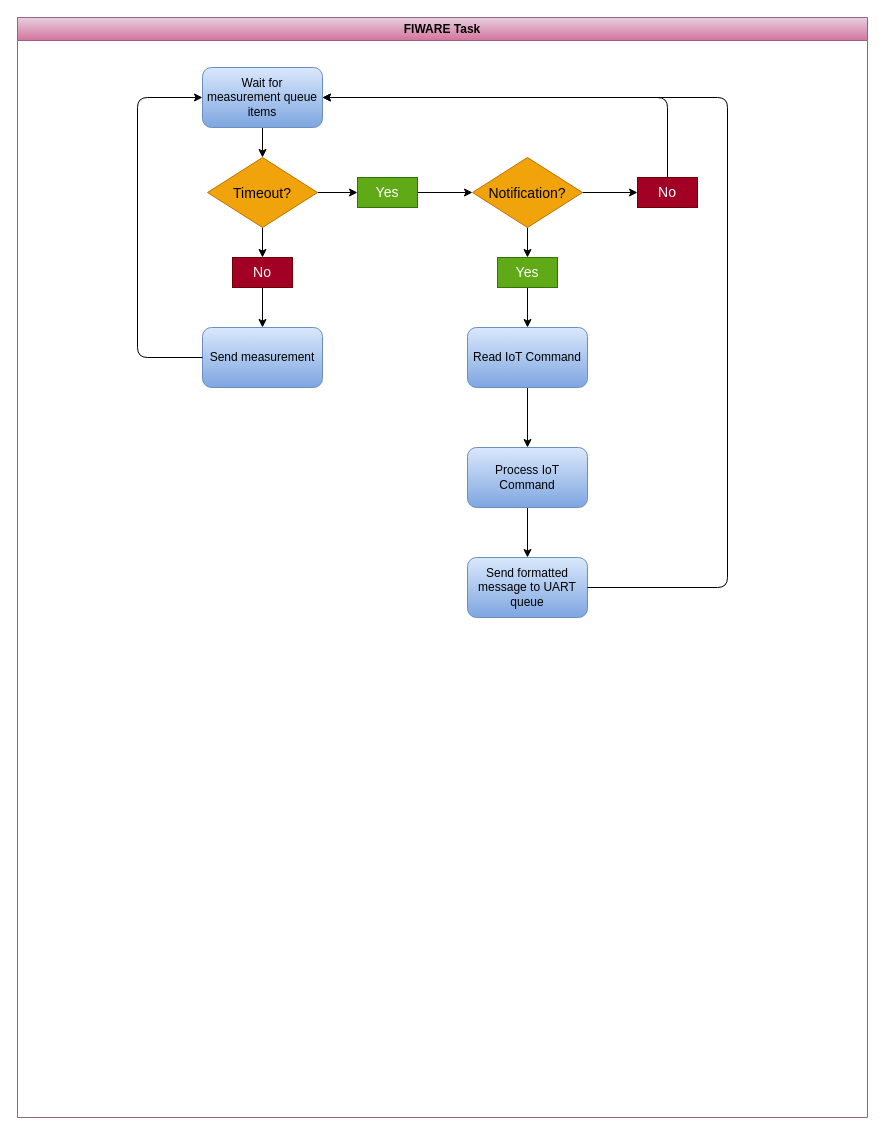
The draw.io diagram page "FIWARE Task" (4 of 7) of docs.drawio in lasram-engineering/eci, before the edit. Source tidied: cells renumbered, new cells numbered last; positions are measured from the earlier drawing's top-left corner, leaving out a move shared by most shapes. Both pictures are drawn from the tidied source at 100%, with x=0, y=0 at pixel (17, 17).
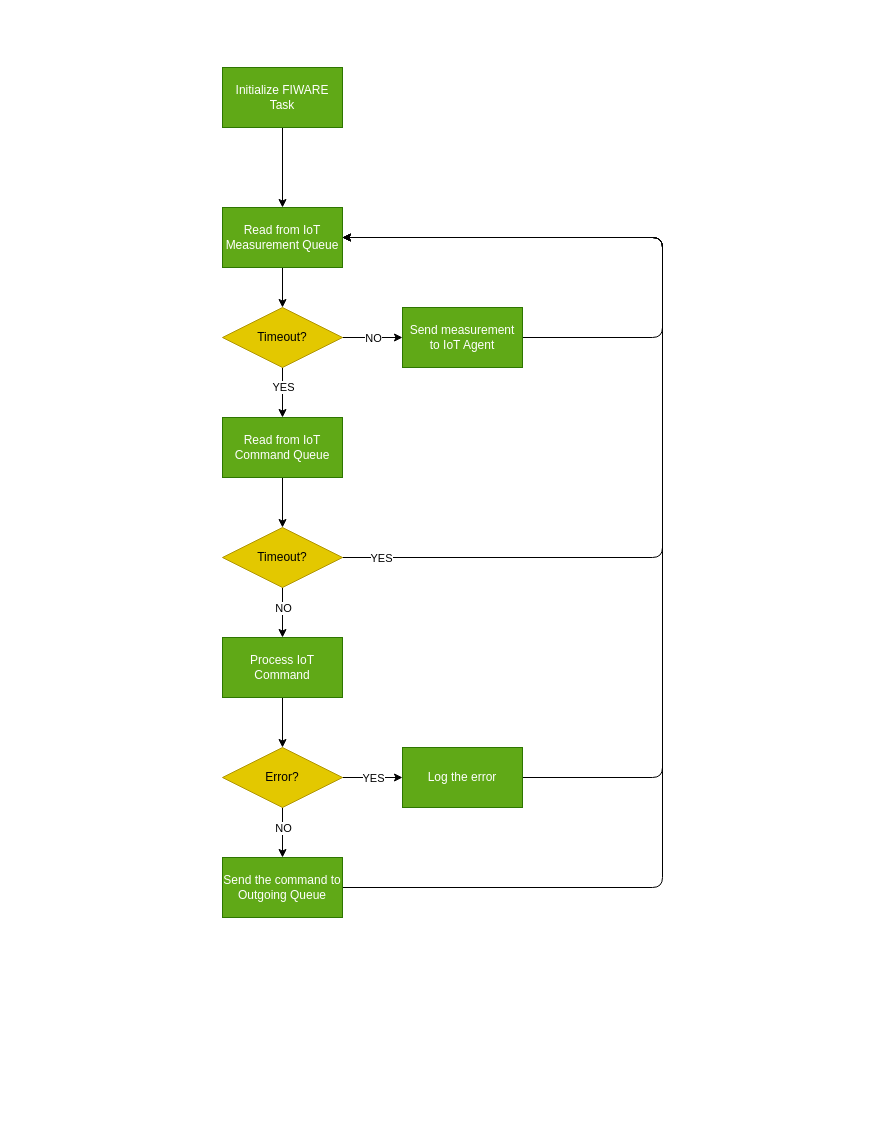
The same page after the edit.

Diff of the diagram source:
```diff
@@
-    <mxCell id="2" value="FIWARE Task" style="swimlane;whiteSpace=wrap;html=1;fillColor=#e6d0de;strokeColor=#996185;gradientColor=#d5739d;" parent="1" vertex="1">
-      <mxGeometry width="850" height="1100" as="geometry" />
-    </mxCell>
-    <mxCell id="3" value="Send measurement" style="rounded=1;whiteSpace=wrap;html=1;fillColor=#dae8fc;gradientColor=#7ea6e0;strokeColor=#6c8ebf;" parent="2" vertex="1">
-      <mxGeometry x="185" y="310" width="120" height="60" as="geometry" />
-    </mxCell>
-    <mxCell id="4" style="edgeStyle=none;html=1;fontSize=17;startArrow=none;startFill=0;endArrow=classic;endFill=1;" parent="2" edge="1" source="5" target="7">
-      <mxGeometry relative="1" as="geometry" />
-    </mxCell>
-    <mxCell id="5" value="Read IoT Command" style="rounded=1;whiteSpace=wrap;html=1;fillColor=#dae8fc;gradientColor=#7ea6e0;strokeColor=#6c8ebf;" parent="2" vertex="1">
-      <mxGeometry x="450" y="310" width="120" height="60" as="geometry" />
-    </mxCell>
-    <mxCell id="6" style="edgeStyle=none;html=1;fontSize=17;startArrow=none;startFill=0;endArrow=classic;endFill=1;" parent="2" edge="1" source="7" target="8">
-      <mxGeometry relative="1" as="geometry" />
-    </mxCell>
+    <mxCell id="27" style="edgeStyle=none;html=1;" parent="1" edge="1" source="28" target="30">
+      <mxGeometry relative="1" as="geometry" />
+    </mxCell>
+    <mxCell id="28" value="Initialize FIWARE Task" style="rounded=0;whiteSpace=wrap;html=1;fillColor=#60a917;fontColor=#ffffff;strokeColor=#2D7600;" parent="1" vertex="1">
+      <mxGeometry x="205" y="50" width="120" height="60" as="geometry" />
+    </mxCell>
+    <mxCell id="29" style="edgeStyle=none;html=1;" parent="1" edge="1" source="30" target="35">
+      <mxGeometry relative="1" as="geometry" />
+    </mxCell>
+    <mxCell id="30" value="Read from IoT Measurement Queue" style="rounded=0;whiteSpace=wrap;html=1;fillColor=#60a917;fontColor=#ffffff;strokeColor=#2D7600;" parent="1" vertex="1">
+      <mxGeometry x="205" y="190" width="120" height="60" as="geometry" />
+    </mxCell>
+    <mxCell id="31" style="edgeStyle=none;html=1;" parent="1" edge="1" source="35" target="37">
+      <mxGeometry relative="1" as="geometry" />
+    </mxCell>
+    <mxCell id="32" value="YES" style="edgeLabel;html=1;align=center;verticalAlign=middle;" parent="31" vertex="1">
+      <mxGeometry x="-0.34" y="1" relative="1" as="geometry">
+        <mxPoint x="-1" y="3" as="offset" />
+      </mxGeometry>
+    </mxCell>
+    <mxCell id="33" style="edgeStyle=none;html=1;" parent="1" edge="1" source="35" target="54">
+      <mxGeometry relative="1" as="geometry" />
+    </mxCell>
+    <mxCell id="34" value="NO" style="edgeLabel;html=1;align=center;verticalAlign=middle;" parent="33" vertex="1">
+      <mxGeometry x="-0.34" y="1" relative="1" as="geometry">
+        <mxPoint x="10" y="1" as="offset" />
+      </mxGeometry>
+    </mxCell>
+    <mxCell id="35" value="Timeout?" style="rhombus;whiteSpace=wrap;html=1;fillColor=#e3c800;fontColor=#000000;strokeColor=#B09500;" parent="1" vertex="1">
+      <mxGeometry x="205" y="290" width="120" height="60" as="geometry" />
+    </mxCell>
+    <mxCell id="36" style="edgeStyle=none;html=1;" parent="1" edge="1" source="37" target="42">
+      <mxGeometry relative="1" as="geometry" />
+    </mxCell>
+    <mxCell id="37" value="Read from IoT Command Queue" style="rounded=0;whiteSpace=wrap;html=1;fillColor=#60a917;fontColor=#ffffff;strokeColor=#2D7600;" parent="1" vertex="1">
+      <mxGeometry x="205" y="400" width="120" height="60" as="geometry" />
+    </mxCell>
+    <mxCell id="38" style="edgeStyle=none;html=1;" parent="1" edge="1" source="42" target="7">
+      <mxGeometry relative="1" as="geometry" />
+    </mxCell>
+    <mxCell id="39" value="NO" style="edgeLabel;html=1;align=center;verticalAlign=middle;" parent="38" vertex="1">
+      <mxGeometry x="-0.29" y="1" relative="1" as="geometry">
+        <mxPoint x="-1" y="2" as="offset" />
+      </mxGeometry>
+    </mxCell>
+    <mxCell id="40" style="edgeStyle=none;html=1;exitX=1;exitY=0.5;exitDx=0;exitDy=0;entryX=1;entryY=0.5;entryDx=0;entryDy=0;" parent="1" edge="1" source="42" target="30">
+      <mxGeometry relative="1" as="geometry">
+        <Array as="points">
+          <mxPoint x="645" y="540" />
+          <mxPoint x="645" y="220" />
+        </Array>
+      </mxGeometry>
+    </mxCell>
+    <mxCell id="41" value="YES" style="edgeLabel;html=1;align=center;verticalAlign=middle;" parent="40" vertex="1">
+      <mxGeometry x="-0.92" y="-1" relative="1" as="geometry">
+        <mxPoint y="-1" as="offset" />
+      </mxGeometry>
+    </mxCell>
+    <mxCell id="42" value="Timeout?" style="rhombus;whiteSpace=wrap;html=1;fillColor=#e3c800;fontColor=#000000;strokeColor=#B09500;" parent="1" vertex="1">
+      <mxGeometry x="205" y="510" width="120" height="60" as="geometry" />
+    </mxCell>
+    <mxCell id="43" style="edgeStyle=none;html=1;" parent="1" edge="1" source="7" target="48">
+      <mxGeometry relative="1" as="geometry" />
+    </mxCell>
-    <mxCell id="7" value="Process IoT Command" style="rounded=1;whiteSpace=wrap;html=1;fillColor=#dae8fc;gradientColor=#7ea6e0;strokeColor=#6c8ebf;" parent="2" vertex="1">
-      <mxGeometry x="450" y="430" width="120" height="60" as="geometry" />
+    <mxCell id="7" value="Process IoT Command" style="rounded=0;whiteSpace=wrap;html=1;fillColor=#60a917;fontColor=#ffffff;strokeColor=#2D7600;" parent="1" vertex="1">
+      <mxGeometry x="205" y="620" width="120" height="60" as="geometry" />
     </mxCell>
-    <mxCell id="8" value="Send formatted message to UART queue" style="rounded=1;whiteSpace=wrap;html=1;fillColor=#dae8fc;gradientColor=#7ea6e0;strokeColor=#6c8ebf;" parent="2" vertex="1">
-      <mxGeometry x="450" y="540" width="120" height="60" as="geometry" />
-    </mxCell>
-    <mxCell id="9" style="edgeStyle=none;html=1;fontSize=17;startArrow=none;startFill=0;endArrow=classic;endFill=1;" parent="1" edge="1" source="10" target="13">
-      <mxGeometry relative="1" as="geometry" />
-    </mxCell>
-    <mxCell id="10" value="Wait for &lt;br&gt;measurement queue &lt;br&gt;items" style="rounded=1;whiteSpace=wrap;html=1;fillColor=#dae8fc;gradientColor=#7ea6e0;strokeColor=#6c8ebf;" parent="1" vertex="1">
-      <mxGeometry x="185" y="50" width="120" height="60" as="geometry" />
-    </mxCell>
-    <mxCell id="11" style="edgeStyle=none;html=1;fontSize=17;startArrow=none;startFill=0;endArrow=classic;endFill=1;" parent="1" edge="1" source="13" target="17">
-      <mxGeometry relative="1" as="geometry" />
-    </mxCell>
-    <mxCell id="12" style="edgeStyle=none;html=1;fontSize=17;startArrow=none;startFill=0;endArrow=classic;endFill=1;" parent="1" edge="1" source="13" target="15">
-      <mxGeometry relative="1" as="geometry" />
-    </mxCell>
-    <mxCell id="13" value="&lt;font style=&quot;font-size: 14px;&quot;&gt;Timeout?&lt;/font&gt;" style="rhombus;whiteSpace=wrap;html=1;fillStyle=auto;fontSize=16;fillColor=#f0a30a;fontColor=#000000;strokeColor=#BD7000;" parent="1" vertex="1">
-      <mxGeometry x="190" y="140" width="110" height="70" as="geometry" />
-    </mxCell>
-    <mxCell id="14" style="edgeStyle=none;html=1;fontSize=17;startArrow=none;startFill=0;endArrow=classic;endFill=1;" parent="1" edge="1" source="15" target="20">
-      <mxGeometry relative="1" as="geometry" />
-    </mxCell>
-    <mxCell id="15" value="Yes" style="rounded=0;whiteSpace=wrap;html=1;fillStyle=auto;fontSize=14;fillColor=#60a917;strokeColor=#2D7600;fontColor=#ffffff;" parent="1" vertex="1">
-      <mxGeometry x="340" y="160" width="60" height="30" as="geometry" />
-    </mxCell>
-    <mxCell id="16" style="edgeStyle=none;html=1;fontSize=17;startArrow=none;startFill=0;endArrow=classic;endFill=1;" parent="1" edge="1" source="17" target="3">
-      <mxGeometry relative="1" as="geometry" />
-    </mxCell>
-    <mxCell id="17" value="No" style="rounded=0;whiteSpace=wrap;html=1;fillStyle=auto;fontSize=14;fillColor=#a20025;strokeColor=#6F0000;fontColor=#ffffff;" parent="1" vertex="1">
-      <mxGeometry x="215" y="240" width="60" height="30" as="geometry" />
-    </mxCell>
-    <mxCell id="18" style="edgeStyle=none;html=1;fontSize=17;startArrow=none;startFill=0;endArrow=classic;endFill=1;" parent="1" edge="1" source="20" target="24">
-      <mxGeometry relative="1" as="geometry" />
-    </mxCell>
-    <mxCell id="19" style="edgeStyle=none;html=1;fontSize=17;startArrow=none;startFill=0;endArrow=classic;endFill=1;" parent="1" edge="1" source="20" target="22">
-      <mxGeometry relative="1" as="geometry" />
-    </mxCell>
-    <mxCell id="20" value="&lt;font style=&quot;font-size: 14px;&quot;&gt;Notification?&lt;/font&gt;" style="rhombus;whiteSpace=wrap;html=1;fillStyle=auto;fontSize=16;fillColor=#f0a30a;fontColor=#000000;strokeColor=#BD7000;" parent="1" vertex="1">
-      <mxGeometry x="455" y="140" width="110" height="70" as="geometry" />
-    </mxCell>
-    <mxCell id="21" style="edgeStyle=none;html=1;fontSize=17;startArrow=none;startFill=0;endArrow=classic;endFill=1;" parent="1" edge="1" source="22" target="5">
-      <mxGeometry relative="1" as="geometry" />
-    </mxCell>
-    <mxCell id="22" value="Yes" style="rounded=0;whiteSpace=wrap;html=1;fillStyle=auto;fontSize=14;fillColor=#60a917;strokeColor=#2D7600;fontColor=#ffffff;" parent="1" vertex="1">
-      <mxGeometry x="480" y="240" width="60" height="30" as="geometry" />
-    </mxCell>
-    <mxCell id="23" style="edgeStyle=none;html=1;exitX=0.5;exitY=0;exitDx=0;exitDy=0;entryX=1;entryY=0.5;entryDx=0;entryDy=0;fontSize=17;startArrow=none;startFill=0;endArrow=classic;endFill=1;" parent="1" edge="1" source="24" target="10">
-      <mxGeometry relative="1" as="geometry">
-        <Array as="points">
-          <mxPoint x="650" y="80" />
-        </Array>
-      </mxGeometry>
-    </mxCell>
-    <mxCell id="24" value="No" style="rounded=0;whiteSpace=wrap;html=1;fillStyle=auto;fontSize=14;fillColor=#a20025;strokeColor=#6F0000;fontColor=#ffffff;" parent="1" vertex="1">
-      <mxGeometry x="620" y="160" width="60" height="30" as="geometry" />
-    </mxCell>
-    <mxCell id="25" style="edgeStyle=none;html=1;exitX=0;exitY=0.5;exitDx=0;exitDy=0;entryX=0;entryY=0.5;entryDx=0;entryDy=0;fontSize=17;startArrow=none;startFill=0;endArrow=classic;endFill=1;" parent="1" edge="1" source="3" target="10">
-      <mxGeometry relative="1" as="geometry">
-        <Array as="points">
-          <mxPoint x="120" y="340" />
-          <mxPoint x="120" y="80" />
-        </Array>
-      </mxGeometry>
-    </mxCell>
-    <mxCell id="26" style="edgeStyle=none;html=1;exitX=1;exitY=0.5;exitDx=0;exitDy=0;entryX=1;entryY=0.5;entryDx=0;entryDy=0;fontSize=17;startArrow=none;startFill=0;endArrow=classic;endFill=1;" parent="1" edge="1" source="8" target="10">
-      <mxGeometry relative="1" as="geometry">
-        <Array as="points">
-          <mxPoint x="710" y="570" />
-          <mxPoint x="710" y="80" />
-        </Array>
-      </mxGeometry>
-    </mxCell>
+    <mxCell id="44" style="edgeStyle=none;html=1;" parent="1" edge="1" source="48" target="50">
+      <mxGeometry relative="1" as="geometry" />
+    </mxCell>
+    <mxCell id="45" value="YES" style="edgeLabel;html=1;align=center;verticalAlign=middle;" parent="44" vertex="1">
+      <mxGeometry x="-0.35" relative="1" as="geometry">
+        <mxPoint x="10" as="offset" />
+      </mxGeometry>
+    </mxCell>
+    <mxCell id="46" style="edgeStyle=none;html=1;" parent="1" edge="1" source="48" target="52">
+      <mxGeometry relative="1" as="geometry" />
+    </mxCell>
+    <mxCell id="47" value="NO" style="edgeLabel;html=1;align=center;verticalAlign=middle;" parent="46" vertex="1">
+      <mxGeometry x="0.29" relative="1" as="geometry">
+        <mxPoint y="-12" as="offset" />
+      </mxGeometry>
+    </mxCell>
+    <mxCell id="48" value="Error?" style="rhombus;whiteSpace=wrap;html=1;fillColor=#e3c800;fontColor=#000000;strokeColor=#B09500;" parent="1" vertex="1">
+      <mxGeometry x="205" y="730" width="120" height="60" as="geometry" />
+    </mxCell>
+    <mxCell id="49" style="edgeStyle=none;html=1;exitX=1;exitY=0.5;exitDx=0;exitDy=0;entryX=1;entryY=0.5;entryDx=0;entryDy=0;" parent="1" edge="1" source="50" target="30">
+      <mxGeometry relative="1" as="geometry">
+        <Array as="points">
+          <mxPoint x="645" y="760" />
+          <mxPoint x="645" y="220" />
+        </Array>
+      </mxGeometry>
+    </mxCell>
+    <mxCell id="50" value="Log the error" style="rounded=0;whiteSpace=wrap;html=1;fillColor=#60a917;fontColor=#ffffff;strokeColor=#2D7600;" parent="1" vertex="1">
+      <mxGeometry x="385" y="730" width="120" height="60" as="geometry" />
+    </mxCell>
+    <mxCell id="51" style="edgeStyle=none;html=1;exitX=1;exitY=0.5;exitDx=0;exitDy=0;" parent="1" edge="1" source="52">
+      <mxGeometry relative="1" as="geometry">
+        <mxPoint x="325" y="220" as="targetPoint" />
+        <Array as="points">
+          <mxPoint x="645" y="870" />
+          <mxPoint x="645" y="220" />
+        </Array>
+      </mxGeometry>
+    </mxCell>
+    <mxCell id="52" value="Send the command to Outgoing Queue" style="rounded=0;whiteSpace=wrap;html=1;fillColor=#60a917;fontColor=#ffffff;strokeColor=#2D7600;" parent="1" vertex="1">
+      <mxGeometry x="205" y="840" width="120" height="60" as="geometry" />
+    </mxCell>
+    <mxCell id="53" style="edgeStyle=none;html=1;exitX=1;exitY=0.5;exitDx=0;exitDy=0;entryX=1;entryY=0.5;entryDx=0;entryDy=0;" parent="1" edge="1" source="54" target="30">
+      <mxGeometry relative="1" as="geometry">
+        <Array as="points">
+          <mxPoint x="645" y="320" />
+          <mxPoint x="645" y="220" />
+        </Array>
+      </mxGeometry>
+    </mxCell>
+    <mxCell id="54" value="Send measurement to IoT Agent" style="rounded=0;whiteSpace=wrap;html=1;fillColor=#60a917;fontColor=#ffffff;strokeColor=#2D7600;" parent="1" vertex="1">
+      <mxGeometry x="385" y="290" width="120" height="60" as="geometry" />
+    </mxCell>
```
